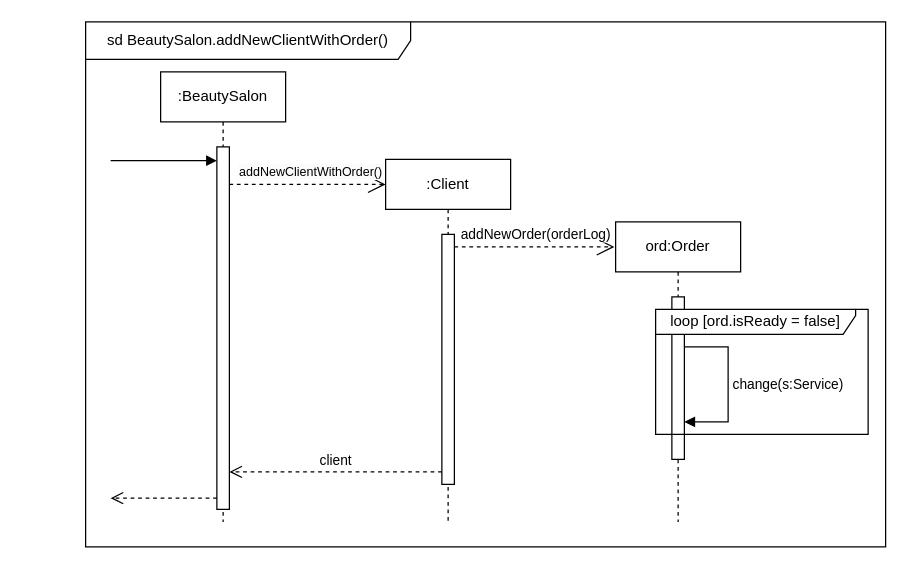
Above: ДиаграммаПоследовательностей.drawio in Artvell3000/umlLab2 (draw.io), before the change. Source tidied: cells renumbered, new cells numbered last; positions are measured from the earlier drawing's top-left corner, leaving out a move shared by most shapes. Both pictures are drawn from the tidied source at 125%, with x=0, y=0 at pixel (85, 21).
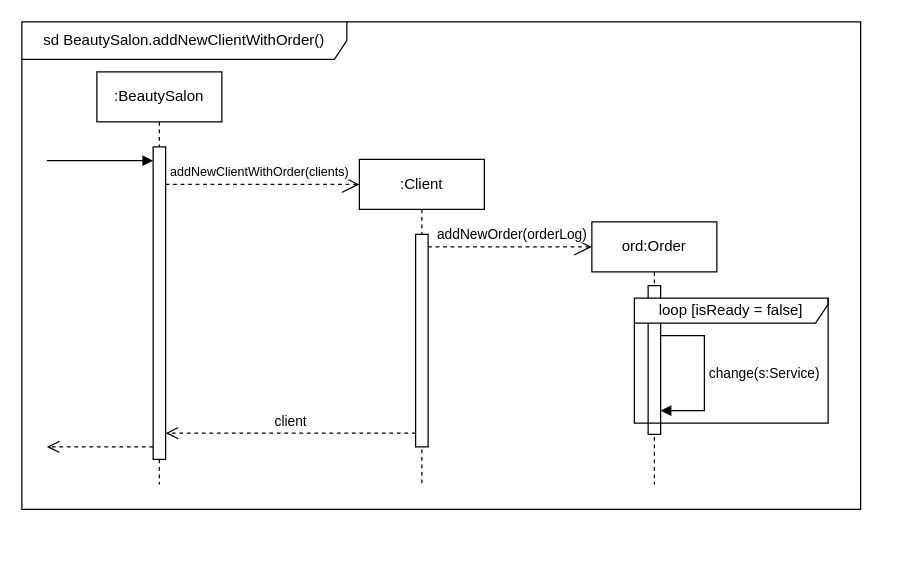
The same page after the edit.

Change to the diagram source:
```diff
@@
     <mxCell id="2" value="sd BeautySalon.&lt;span style=&quot;border-color: var(--border-color); text-align: left;&quot;&gt;addNewClientWithOrder&lt;/span&gt;()" style="shape=umlFrame;whiteSpace=wrap;html=1;width=260;height=30;" parent="1" vertex="1">
-      <mxGeometry width="640" height="420" as="geometry" />
+      <mxGeometry x="-51" width="671" height="390" as="geometry" />
     </mxCell>
     <mxCell id="3" value=":BeautySalon" style="shape=umlLifeline;perimeter=lifelinePerimeter;whiteSpace=wrap;html=1;newEdgeStyle={&quot;curved&quot;:0,&quot;rounded&quot;:0};" parent="1" vertex="1">
-      <mxGeometry x="60" y="40" width="100" height="360" as="geometry" />
+      <mxGeometry x="9" y="40" width="100" height="330" as="geometry" />
     </mxCell>
     <mxCell id="4" style="html=1;points=[[0,0,0,0,5],[0,1,0,0,-5],[1,0,0,0,5],[1,1,0,0,-5]];perimeter=orthogonalPerimeter;outlineConnect=0;targetShapes=umlLifeline;portConstraint=eastwest;newEdgeStyle={&quot;curved&quot;:0,&quot;rounded&quot;:0};" parent="3" vertex="1">
-      <mxGeometry x="45" y="60" width="10" height="290" as="geometry" />
+      <mxGeometry x="45" y="60" width="10" height="250" as="geometry" />
     </mxCell>
     <mxCell id="5" value="ord:Order" style="shape=umlLifeline;perimeter=lifelinePerimeter;whiteSpace=wrap;html=1;newEdgeStyle={&quot;curved&quot;:0,&quot;rounded&quot;:0};" parent="1" vertex="1">
-      <mxGeometry x="424" y="160" width="100" height="240" as="geometry" />
+      <mxGeometry x="405" y="160" width="100" height="210" as="geometry" />
     </mxCell>
     <mxCell id="6" style="html=1;points=[[0,0,0,0,5],[0,1,0,0,-5],[1,0,0,0,5],[1,1,0,0,-5]];perimeter=orthogonalPerimeter;outlineConnect=0;targetShapes=umlLifeline;portConstraint=eastwest;newEdgeStyle={&quot;curved&quot;:0,&quot;rounded&quot;:0};" parent="5" vertex="1">
-      <mxGeometry x="45" y="60" width="10" height="130" as="geometry" />
+      <mxGeometry x="45" y="51" width="10" height="119" as="geometry" />
     </mxCell>
-    <mxCell id="7" value="change(s:Service)" style="html=1;align=left;spacingLeft=2;endArrow=block;rounded=0;edgeStyle=orthogonalEdgeStyle;curved=0;rounded=0;" parent="5" edge="1" source="6" target="6">
+    <mxCell id="7" value="change(s:Service)" style="html=1;align=left;spacingLeft=2;endArrow=block;rounded=0;edgeStyle=orthogonalEdgeStyle;curved=0;rounded=0;" parent="5" edge="1">
       <mxGeometry relative="1" as="geometry">
+        <mxPoint x="55" y="91" as="sourcePoint" />
+        <mxPoint x="55" y="151" as="targetPoint" />
         <Array as="points">
-          <mxPoint x="90" y="100" />
-          <mxPoint x="90" y="160" />
+          <mxPoint x="90" y="91" />
+          <mxPoint x="90" y="151" />
         </Array>
       </mxGeometry>
     </mxCell>
     <mxCell id="8" value=":Client" style="shape=umlLifeline;perimeter=lifelinePerimeter;whiteSpace=wrap;html=1;newEdgeStyle={&quot;curved&quot;:0,&quot;rounded&quot;:0};" parent="1" vertex="1">
-      <mxGeometry x="240" y="110" width="100" height="290" as="geometry" />
+      <mxGeometry x="219" y="110" width="100" height="260" as="geometry" />
     </mxCell>
     <mxCell id="9" style="html=1;points=[[0,0,0,0,5],[0,1,0,0,-5],[1,0,0,0,5],[1,1,0,0,-5]];perimeter=orthogonalPerimeter;outlineConnect=0;targetShapes=umlLifeline;portConstraint=eastwest;newEdgeStyle={&quot;curved&quot;:0,&quot;rounded&quot;:0};" parent="8" vertex="1">
-      <mxGeometry x="45" y="60" width="10" height="200" as="geometry" />
+      <mxGeometry x="45" y="60" width="10" height="170" as="geometry" />
     </mxCell>
-    <mxCell id="10" value="loop [ord.isReady = false]" style="shape=umlFrame;whiteSpace=wrap;html=1;width=160;height=20;" parent="1" vertex="1">
-      <mxGeometry x="456" y="230" width="170" height="100" as="geometry" />
+    <mxCell id="10" value="loop [isReady = false]" style="shape=umlFrame;whiteSpace=wrap;html=1;width=160;height=20;" parent="1" vertex="1">
+      <mxGeometry x="439" y="221" width="155" height="100" as="geometry" />
     </mxCell>
     <mxCell id="11" value="addNewOrder(orderLog)" style="endArrow=open;endSize=12;dashed=1;html=1;rounded=0;" parent="1" edge="1" source="9">
       <mxGeometry x="0.02" y="10" relative="1" as="geometry">
-        <mxPoint x="423" y="180" as="targetPoint" />
+        <mxPoint x="405" y="180" as="targetPoint" />
       </mxGeometry>
     </mxCell>
-    <mxCell id="12" value="&lt;span style=&quot;border-color: var(--border-color); text-align: left; background-color: rgb(251, 251, 251);&quot;&gt;&lt;font style=&quot;font-size: 10px;&quot;&gt;addNewClientWithOrder()&lt;/font&gt;&lt;/span&gt;" style="endArrow=open;endSize=12;dashed=1;html=1;rounded=0;" parent="1" edge="1">
-      <mxGeometry x="0.04" y="10" relative="1" as="geometry">
-        <mxPoint x="115" y="130" as="sourcePoint" />
-        <mxPoint x="240" y="130" as="targetPoint" />
+    <mxCell id="12" value="&lt;span style=&quot;border-color: var(--border-color); text-align: left; background-color: rgb(251, 251, 251);&quot;&gt;&lt;font style=&quot;font-size: 10px;&quot;&gt;addNewClientWithOrder(clients)&lt;/font&gt;&lt;/span&gt;" style="endArrow=open;endSize=12;dashed=1;html=1;rounded=0;" parent="1" edge="1" source="4">
+      <mxGeometry x="-0.03" y="10" relative="1" as="geometry">
+        <mxPoint x="219" y="130" as="targetPoint" />
       </mxGeometry>
     </mxCell>
     <mxCell id="13" style="endArrow=block;endFill=1;html=1;edgeStyle=orthogonalEdgeStyle;align=left;verticalAlign=top;rounded=0;" parent="1" edge="1" target="4">
       <mxGeometry x="-1" relative="1" as="geometry">
-        <mxPoint x="20" y="111" as="sourcePoint" />
+        <mxPoint x="-31" y="111" as="sourcePoint" />
         <Array as="points">
-          <mxPoint x="30" y="111" />
-          <mxPoint x="30" y="111" />
+          <mxPoint x="-21" y="111" />
+          <mxPoint x="-21" y="111" />
         </Array>
       </mxGeometry>
     </mxCell>
     <mxCell id="14" style="html=1;verticalAlign=bottom;endArrow=open;dashed=1;endSize=8;curved=0;rounded=0;" parent="1" edge="1">
       <mxGeometry relative="1" as="geometry">
-        <mxPoint x="105" y="381" as="sourcePoint" />
-        <mxPoint x="20" y="381" as="targetPoint" />
+        <mxPoint x="54" y="340" as="sourcePoint" />
+        <mxPoint x="-31" y="340" as="targetPoint" />
         <Array as="points">
-          <mxPoint x="60" y="381" />
+          <mxPoint x="9" y="340" />
         </Array>
       </mxGeometry>
     </mxCell>
-    <mxCell id="15" value="client" style="html=1;verticalAlign=bottom;endArrow=open;dashed=1;endSize=8;curved=0;rounded=0;" parent="1" edge="1" target="4">
+    <mxCell id="15" value="client" style="html=1;verticalAlign=bottom;endArrow=open;dashed=1;endSize=8;curved=0;rounded=0;" parent="1" edge="1">
       <mxGeometry relative="1" as="geometry">
-        <mxPoint x="285" y="360" as="sourcePoint" />
-        <Array as="points">
-          <mxPoint x="240" y="360" />
-        </Array>
+        <mxPoint x="264" y="329" as="sourcePoint" />
+        <mxPoint x="64" y="329" as="targetPoint" />
       </mxGeometry>
     </mxCell>
```
